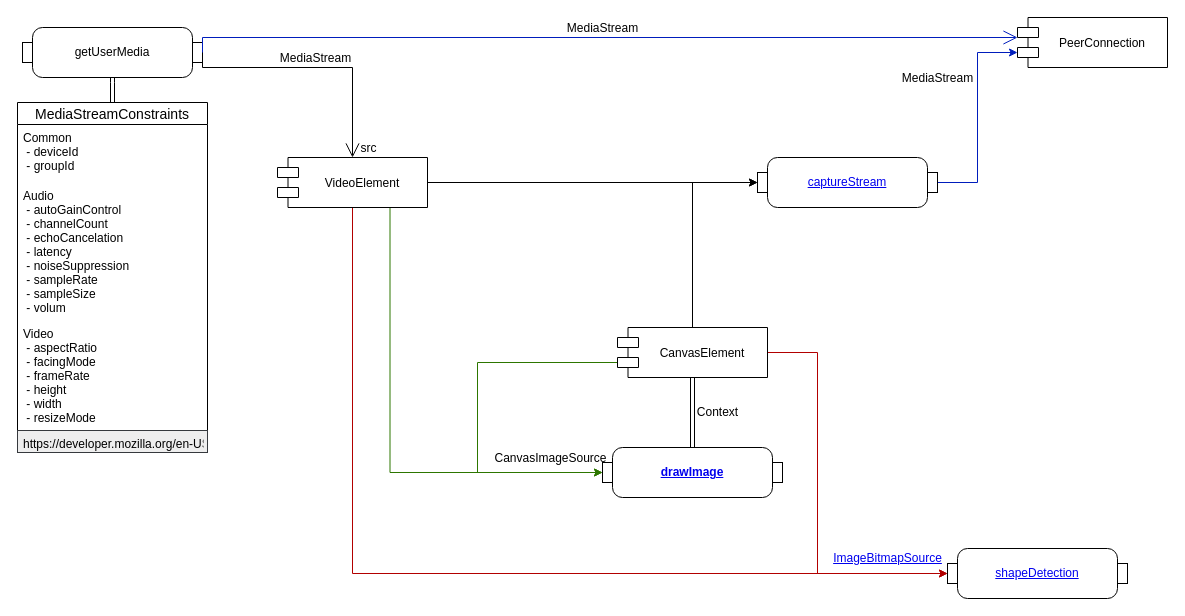
MaoMao-zk/Note keeps this draw.io diagram as Diagram/RTC_Stream.drawio. Above is the earlier version. Source tidied: cells renumbered, new cells numbered last; positions are measured from the earlier drawing's top-left corner, leaving out a move shared by most shapes. Both pictures are drawn from the tidied source at 100%, with x=0, y=0 at pixel (17, 17).
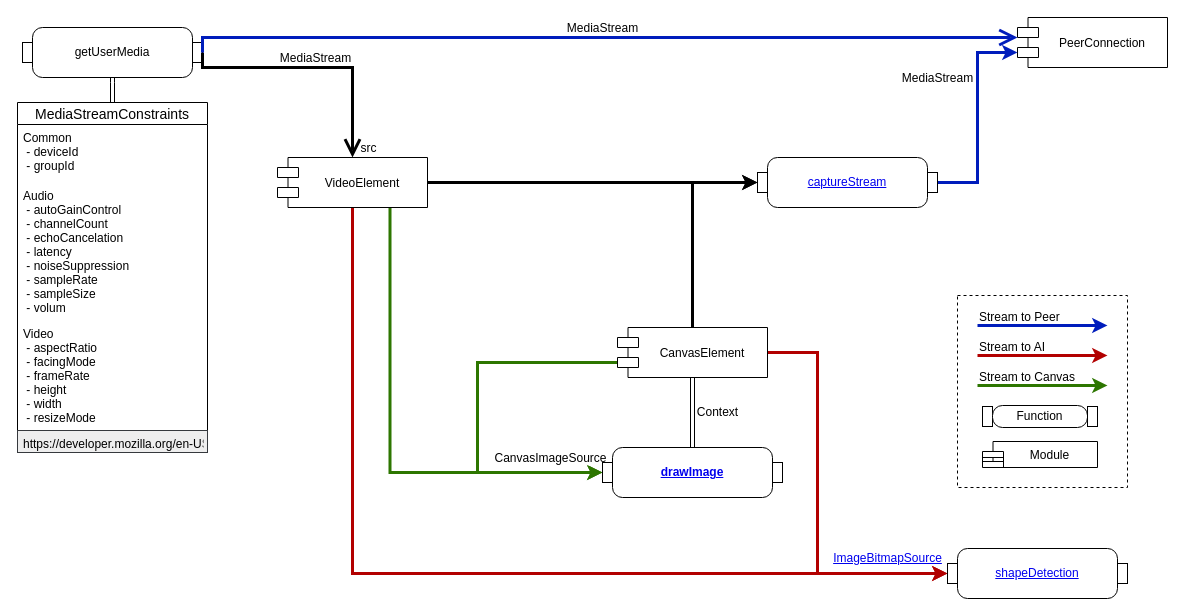
The same page after the edit.

Commit message:
Make webrtc stream logg gook

Unchanged cells that the change refers to:
```xml
<mxCell id="3" value="getUserMedia" style="html=1;shape=mxgraph.sysml.isControl;whiteSpace=wrap;align=center;fontSize=12;" parent="1" vertex="1">
  <mxGeometry x="5" y="10" width="180" height="50" as="geometry" />
</mxCell>
<mxCell id="15" value="VideoElement" style="shape=module;align=center;spacingLeft=20;align=center;verticalAlign=middle;fontSize=12;jettyWidth=21;jettyHeight=10;" parent="1" vertex="1">
  <mxGeometry x="260" y="140" width="150" height="50" as="geometry" />
</mxCell>
<mxCell id="16" value="PeerConnection" style="shape=module;align=center;spacingLeft=20;align=center;verticalAlign=middle;fontSize=12;jettyWidth=21;jettyHeight=10;" parent="1" vertex="1">
  <mxGeometry x="1000" width="150" height="50" as="geometry" />
</mxCell>
<mxCell id="20" value="&lt;a href=&quot;https://www.w3.org/TR/mediacapture-fromelement/&quot;&gt;captureStream&lt;/a&gt;" style="html=1;shape=mxgraph.sysml.isControl;whiteSpace=wrap;align=center;fontSize=12;rotation=0;" parent="1" vertex="1">
  <mxGeometry x="740" y="140" width="180" height="50" as="geometry" />
</mxCell>
<mxCell id="25" value="CanvasElement" style="shape=module;align=center;spacingLeft=20;align=center;verticalAlign=middle;fontSize=12;jettyWidth=21;jettyHeight=10;" parent="1" vertex="1">
  <mxGeometry x="600" y="310" width="150" height="50" as="geometry" />
</mxCell>
<mxCell id="26" value="&lt;a href=&quot;https://wicg.github.io/shape-detection-api/&quot;&gt;shapeDetection&lt;/a&gt;" style="html=1;shape=mxgraph.sysml.isControl;whiteSpace=wrap;align=center;fontSize=12;rotation=0;" parent="1" vertex="1">
  <mxGeometry x="930" y="531" width="180" height="50" as="geometry" />
</mxCell>
<mxCell id="27" value="&lt;b&gt;&lt;a href=&quot;https://www.w3.org/TR/2dcontext/#dom-context-2d-drawimage&quot;&gt;drawImage&lt;/a&gt;&lt;/b&gt;" style="html=1;shape=mxgraph.sysml.isControl;whiteSpace=wrap;align=center;fontSize=12;rotation=0;" parent="1" vertex="1">
  <mxGeometry x="585" y="430" width="180" height="50" as="geometry" />
</mxCell>
```

Diff of the diagram source:
```diff
@@
+    <mxCell id="30" style="rounded=0;whiteSpace=wrap;html=1;dashed=1;" parent="1" vertex="1">
+      <mxGeometry x="940" y="278" width="170" height="192" as="geometry" />
+    </mxCell>
@@
-    <mxCell id="4" value="MediaStream" style="edgeStyle=elbowEdgeStyle;html=1;elbow=vertical;endArrow=open;rounded=0;verticalAlign=bottom;endSize=12;fontSize=12;exitX=1;exitY=0.5;exitDx=0;exitDy=0;exitPerimeter=0;" parent="1" edge="1" source="3" target="15">
+    <mxCell id="4" value="MediaStream" style="edgeStyle=elbowEdgeStyle;html=1;elbow=vertical;endArrow=open;rounded=0;verticalAlign=bottom;endSize=12;fontSize=12;exitX=1;exitY=0.5;exitDx=0;exitDy=0;exitPerimeter=0;strokeWidth=3;" parent="1" edge="1" source="3" target="15">
       <mxGeometry relative="1" as="geometry">
         <Array as="points">
           <mxPoint x="240" y="50" />
           <mxPoint x="270" y="50" />
           <mxPoint x="260" y="35" />
           <mxPoint x="235" y="25" />
         </Array>
       </mxGeometry>
     </mxCell>
@@
-    <mxCell id="11" style="edgeStyle=orthogonalEdgeStyle;rounded=0;jettySize=auto;html=1;exitX=1;exitY=0.5;exitDx=0;exitDy=0;entryX=0;entryY=0.5;entryDx=0;entryDy=0;entryPerimeter=0;fontSize=12;" parent="1" edge="1" source="15" target="20">
+    <mxCell id="11" style="edgeStyle=orthogonalEdgeStyle;rounded=0;jettySize=auto;html=1;exitX=1;exitY=0.5;exitDx=0;exitDy=0;entryX=0;entryY=0.5;entryDx=0;entryDy=0;entryPerimeter=0;fontSize=12;strokeWidth=3;" parent="1" edge="1" source="15" target="20">
       <mxGeometry relative="1" as="geometry" />
     </mxCell>
-    <mxCell id="12" style="edgeStyle=orthogonalEdgeStyle;rounded=0;jettySize=auto;html=1;exitX=0.5;exitY=1;exitDx=0;exitDy=0;entryX=0;entryY=0.5;entryDx=0;entryDy=0;entryPerimeter=0;fontSize=12;fillColor=#e51400;strokeColor=#B20000;" parent="1" edge="1" source="15" target="26">
+    <mxCell id="12" style="edgeStyle=orthogonalEdgeStyle;rounded=0;jettySize=auto;html=1;exitX=0.5;exitY=1;exitDx=0;exitDy=0;entryX=0;entryY=0.5;entryDx=0;entryDy=0;entryPerimeter=0;fontSize=12;fillColor=#e51400;strokeColor=#B20000;strokeWidth=3;" parent="1" edge="1" source="15" target="26">
       <mxGeometry relative="1" as="geometry" />
     </mxCell>
-    <mxCell id="13" style="edgeStyle=orthogonalEdgeStyle;rounded=0;jettySize=auto;html=1;exitX=0.75;exitY=1;exitDx=0;exitDy=0;entryX=0;entryY=0.5;entryDx=0;entryDy=0;entryPerimeter=0;fontSize=12;fillColor=#60a917;strokeColor=#2D7600;" parent="1" edge="1" source="15" target="27">
+    <mxCell id="13" style="edgeStyle=orthogonalEdgeStyle;rounded=0;jettySize=auto;html=1;exitX=0.75;exitY=1;exitDx=0;exitDy=0;entryX=0;entryY=0.5;entryDx=0;entryDy=0;entryPerimeter=0;fontSize=12;fillColor=#60a917;strokeColor=#2D7600;strokeWidth=3;" parent="1" edge="1" source="15" target="27">
       <mxGeometry relative="1" as="geometry" />
     </mxCell>
@@
-    <mxCell id="17" value="MediaStream" style="edgeStyle=elbowEdgeStyle;html=1;elbow=vertical;endArrow=open;rounded=0;verticalAlign=bottom;endSize=12;fontSize=12;exitX=1;exitY=0.5;exitDx=0;exitDy=0;exitPerimeter=0;fillColor=#0050ef;strokeColor=#001DBC;" parent="1" edge="1" source="3" target="16">
+    <mxCell id="17" value="MediaStream" style="edgeStyle=elbowEdgeStyle;html=1;elbow=vertical;endArrow=open;rounded=0;verticalAlign=bottom;endSize=12;fontSize=12;exitX=1;exitY=0.5;exitDx=0;exitDy=0;exitPerimeter=0;fillColor=#0050ef;strokeColor=#001DBC;strokeWidth=3;" parent="1" edge="1" source="3" target="16">
       <mxGeometry relative="1" as="geometry">
         <Array as="points">
           <mxPoint x="290" y="20" />
           <mxPoint x="300" y="50" />
           <mxPoint x="300" y="35" />
           <mxPoint x="270" y="45" />
           <mxPoint x="245" y="35" />
         </Array>
       </mxGeometry>
     </mxCell>
-    <mxCell id="18" style="edgeStyle=orthogonalEdgeStyle;rounded=0;jettySize=auto;html=1;exitX=1;exitY=0.5;exitDx=0;exitDy=0;exitPerimeter=0;entryX=0;entryY=0;entryDx=0;entryDy=35;fontSize=12;entryPerimeter=0;fillColor=#0050ef;strokeColor=#001DBC;" parent="1" edge="1" source="20" target="16">
+    <mxCell id="18" style="edgeStyle=orthogonalEdgeStyle;rounded=0;jettySize=auto;html=1;exitX=1;exitY=0.5;exitDx=0;exitDy=0;exitPerimeter=0;entryX=0;entryY=0;entryDx=0;entryDy=35;fontSize=12;entryPerimeter=0;fillColor=#0050ef;strokeColor=#001DBC;strokeWidth=3;" parent="1" edge="1" source="20" target="16">
       <mxGeometry relative="1" as="geometry" />
     </mxCell>
@@
-    <mxCell id="21" style="edgeStyle=orthogonalEdgeStyle;rounded=0;jettySize=auto;html=1;entryX=0;entryY=0.5;entryDx=0;entryDy=0;entryPerimeter=0;fontSize=12;" parent="1" edge="1" source="25" target="20">
+    <mxCell id="21" style="edgeStyle=orthogonalEdgeStyle;rounded=0;jettySize=auto;html=1;entryX=0;entryY=0.5;entryDx=0;entryDy=0;entryPerimeter=0;fontSize=12;strokeWidth=3;" parent="1" edge="1" source="25" target="20">
       <mxGeometry relative="1" as="geometry" />
     </mxCell>
-    <mxCell id="22" style="edgeStyle=orthogonalEdgeStyle;rounded=0;jettySize=auto;html=1;fontSize=12;entryX=0;entryY=0.5;entryDx=0;entryDy=0;entryPerimeter=0;exitX=0;exitY=0;exitDx=0;exitDy=35;exitPerimeter=0;fillColor=#60a917;strokeColor=#2D7600;" parent="1" edge="1" source="25" target="27">
-      <mxGeometry relative="1" as="geometry">
-        <Array as="points">
-          <mxPoint x="460" y="345" />
-          <mxPoint x="460" y="455" />
-        </Array>
-      </mxGeometry>
-    </mxCell>
-    <mxCell id="23" style="edgeStyle=orthogonalEdgeStyle;shape=link;rounded=0;jettySize=auto;html=1;exitX=0.5;exitY=1;exitDx=0;exitDy=0;fontSize=12;" parent="1" edge="1" source="25" target="27">
-      <mxGeometry relative="1" as="geometry" />
-    </mxCell>
+    <mxCell id="31" style="edgeStyle=orthogonalEdgeStyle;rounded=0;jettySize=auto;html=1;fontSize=12;entryX=0;entryY=0.5;entryDx=0;entryDy=0;entryPerimeter=0;exitX=0;exitY=0;exitDx=0;exitDy=35;exitPerimeter=0;fillColor=#60a917;strokeColor=#2D7600;strokeWidth=3;" parent="1" edge="1" source="25" target="27">
+      <mxGeometry relative="1" as="geometry">
+        <Array as="points">
+          <mxPoint x="460" y="345" />
+          <mxPoint x="460" y="455" />
+        </Array>
+      </mxGeometry>
+    </mxCell>
+    <mxCell id="32" style="edgeStyle=orthogonalEdgeStyle;shape=link;rounded=0;jettySize=auto;html=1;exitX=0.5;exitY=1;exitDx=0;exitDy=0;fontSize=12;" parent="1" edge="1" source="25" target="27">
+      <mxGeometry relative="1" as="geometry" />
+    </mxCell>
-    <mxCell id="24" style="edgeStyle=orthogonalEdgeStyle;rounded=0;jettySize=auto;html=1;exitX=1;exitY=0.5;exitDx=0;exitDy=0;entryX=0;entryY=0.5;entryDx=0;entryDy=0;entryPerimeter=0;fontSize=12;fillColor=#e51400;strokeColor=#B20000;" parent="1" edge="1" source="25" target="26">
+    <mxCell id="24" style="edgeStyle=orthogonalEdgeStyle;rounded=0;jettySize=auto;html=1;exitX=1;exitY=0.5;exitDx=0;exitDy=0;entryX=0;entryY=0.5;entryDx=0;entryDy=0;entryPerimeter=0;fontSize=12;fillColor=#e51400;strokeColor=#B20000;strokeWidth=3;" parent="1" edge="1" source="25" target="26">
       <mxGeometry relative="1" as="geometry">
         <Array as="points">
           <mxPoint x="800" y="335" />
           <mxPoint x="800" y="556" />
         </Array>
       </mxGeometry>
     </mxCell>
@@
+    <mxCell id="33" style="rounded=0;orthogonalLoop=1;jettySize=auto;html=1;exitX=1;exitY=0.5;exitDx=0;exitDy=0;exitPerimeter=0;fontSize=12;fillColor=#0050ef;strokeColor=#001DBC;strokeWidth=3;" parent="1" edge="1">
+      <mxGeometry relative="1" as="geometry">
+        <mxPoint x="960" y="308" as="sourcePoint" />
+        <mxPoint x="1090" y="308" as="targetPoint" />
+      </mxGeometry>
+    </mxCell>
+    <mxCell id="34" value="Stream to Peer" style="text;html=1;align=left;verticalAlign=top;spacingTop=-4;" parent="1" vertex="1">
+      <mxGeometry x="960" y="290" width="100" height="20" as="geometry" />
+    </mxCell>
+    <mxCell id="35" style="rounded=0;orthogonalLoop=1;jettySize=auto;html=1;exitX=1;exitY=0.5;exitDx=0;exitDy=0;exitPerimeter=0;fontSize=12;fillColor=#e51400;strokeColor=#B20000;strokeWidth=3;" parent="1" edge="1">
+      <mxGeometry relative="1" as="geometry">
+        <mxPoint x="960" y="338" as="sourcePoint" />
+        <mxPoint x="1090" y="338" as="targetPoint" />
+      </mxGeometry>
+    </mxCell>
+    <mxCell id="36" value="Stream to AI" style="text;html=1;align=left;verticalAlign=top;spacingTop=-4;" parent="1" vertex="1">
+      <mxGeometry x="960" y="320" width="80" height="20" as="geometry" />
+    </mxCell>
+    <mxCell id="37" style="rounded=0;orthogonalLoop=1;jettySize=auto;html=1;exitX=1;exitY=0.5;exitDx=0;exitDy=0;exitPerimeter=0;fontSize=12;fillColor=#60a917;strokeColor=#2D7600;strokeWidth=3;" parent="1" edge="1">
+      <mxGeometry relative="1" as="geometry">
+        <mxPoint x="960" y="368" as="sourcePoint" />
+        <mxPoint x="1090" y="368" as="targetPoint" />
+      </mxGeometry>
+    </mxCell>
+    <mxCell id="38" value="Stream to Canvas" style="text;html=1;align=left;verticalAlign=top;spacingTop=-4;" parent="1" vertex="1">
+      <mxGeometry x="960" y="350" width="110" height="20" as="geometry" />
+    </mxCell>
+    <mxCell id="39" value="Function" style="html=1;shape=mxgraph.sysml.isControl;whiteSpace=wrap;align=center;fontSize=12;rotation=0;" parent="1" vertex="1">
+      <mxGeometry x="965" y="388" width="115" height="22" as="geometry" />
+    </mxCell>
+    <mxCell id="40" value="Module" style="shape=module;align=left;spacingLeft=20;align=center;verticalAlign=middle;fontSize=12;jettyWidth=21;jettyHeight=10;" parent="1" vertex="1">
+      <mxGeometry x="965" y="424" width="115" height="26" as="geometry" />
+    </mxCell>
```
